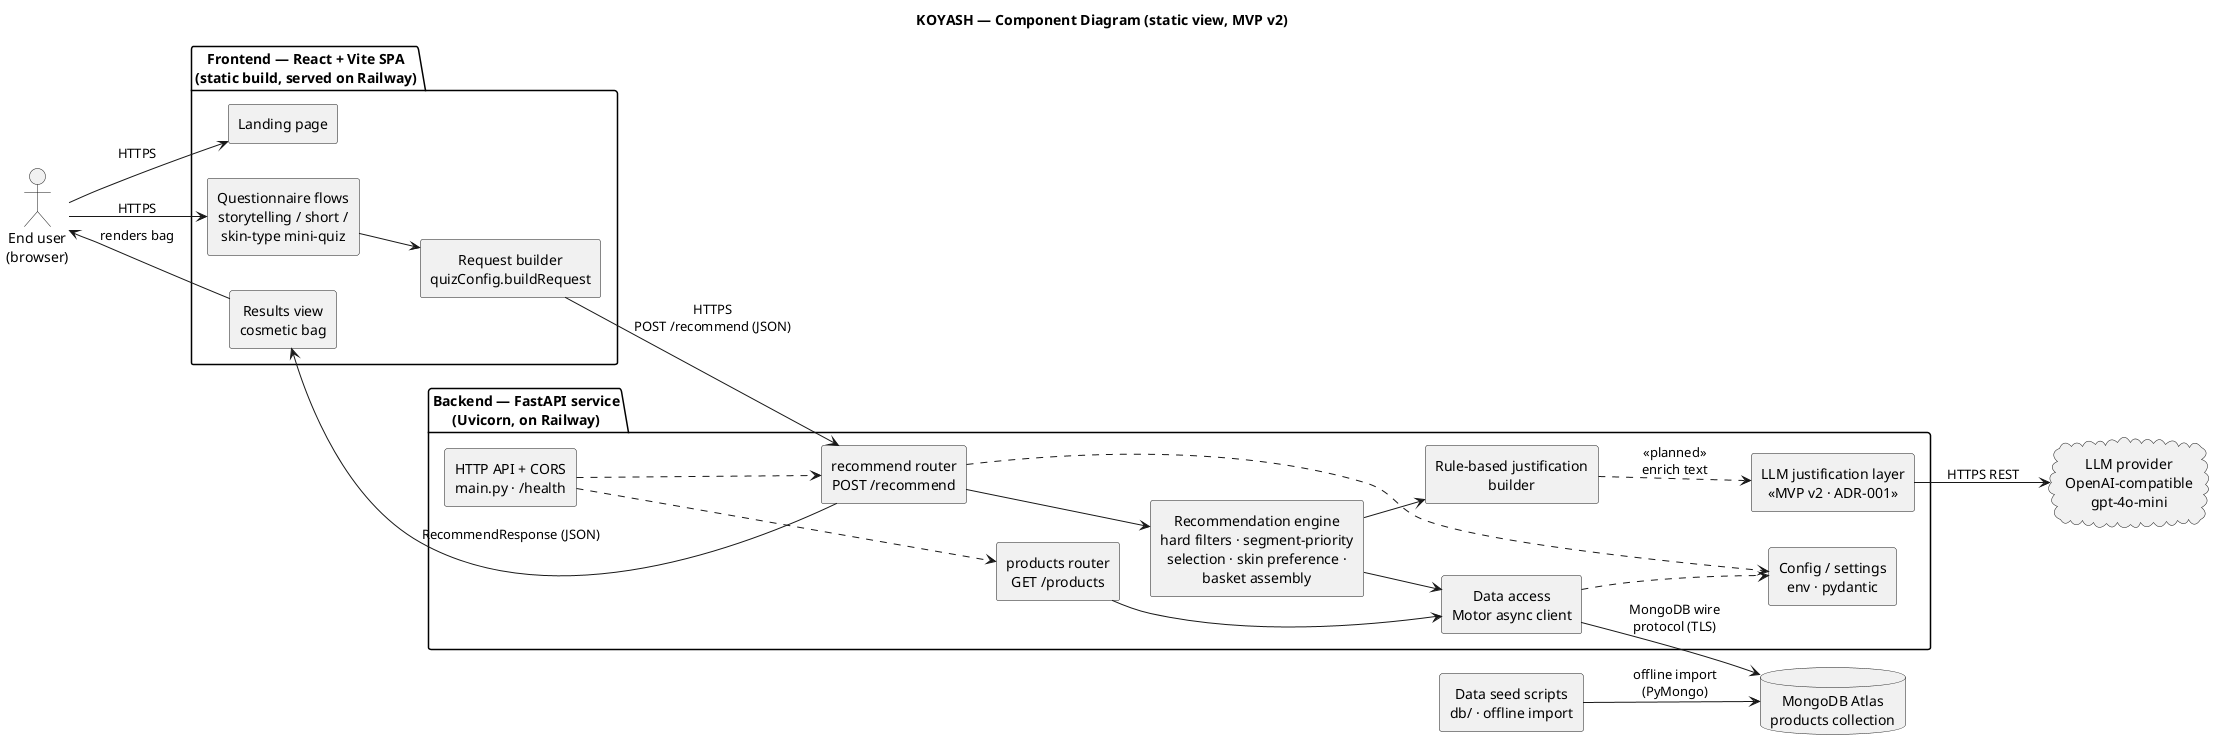
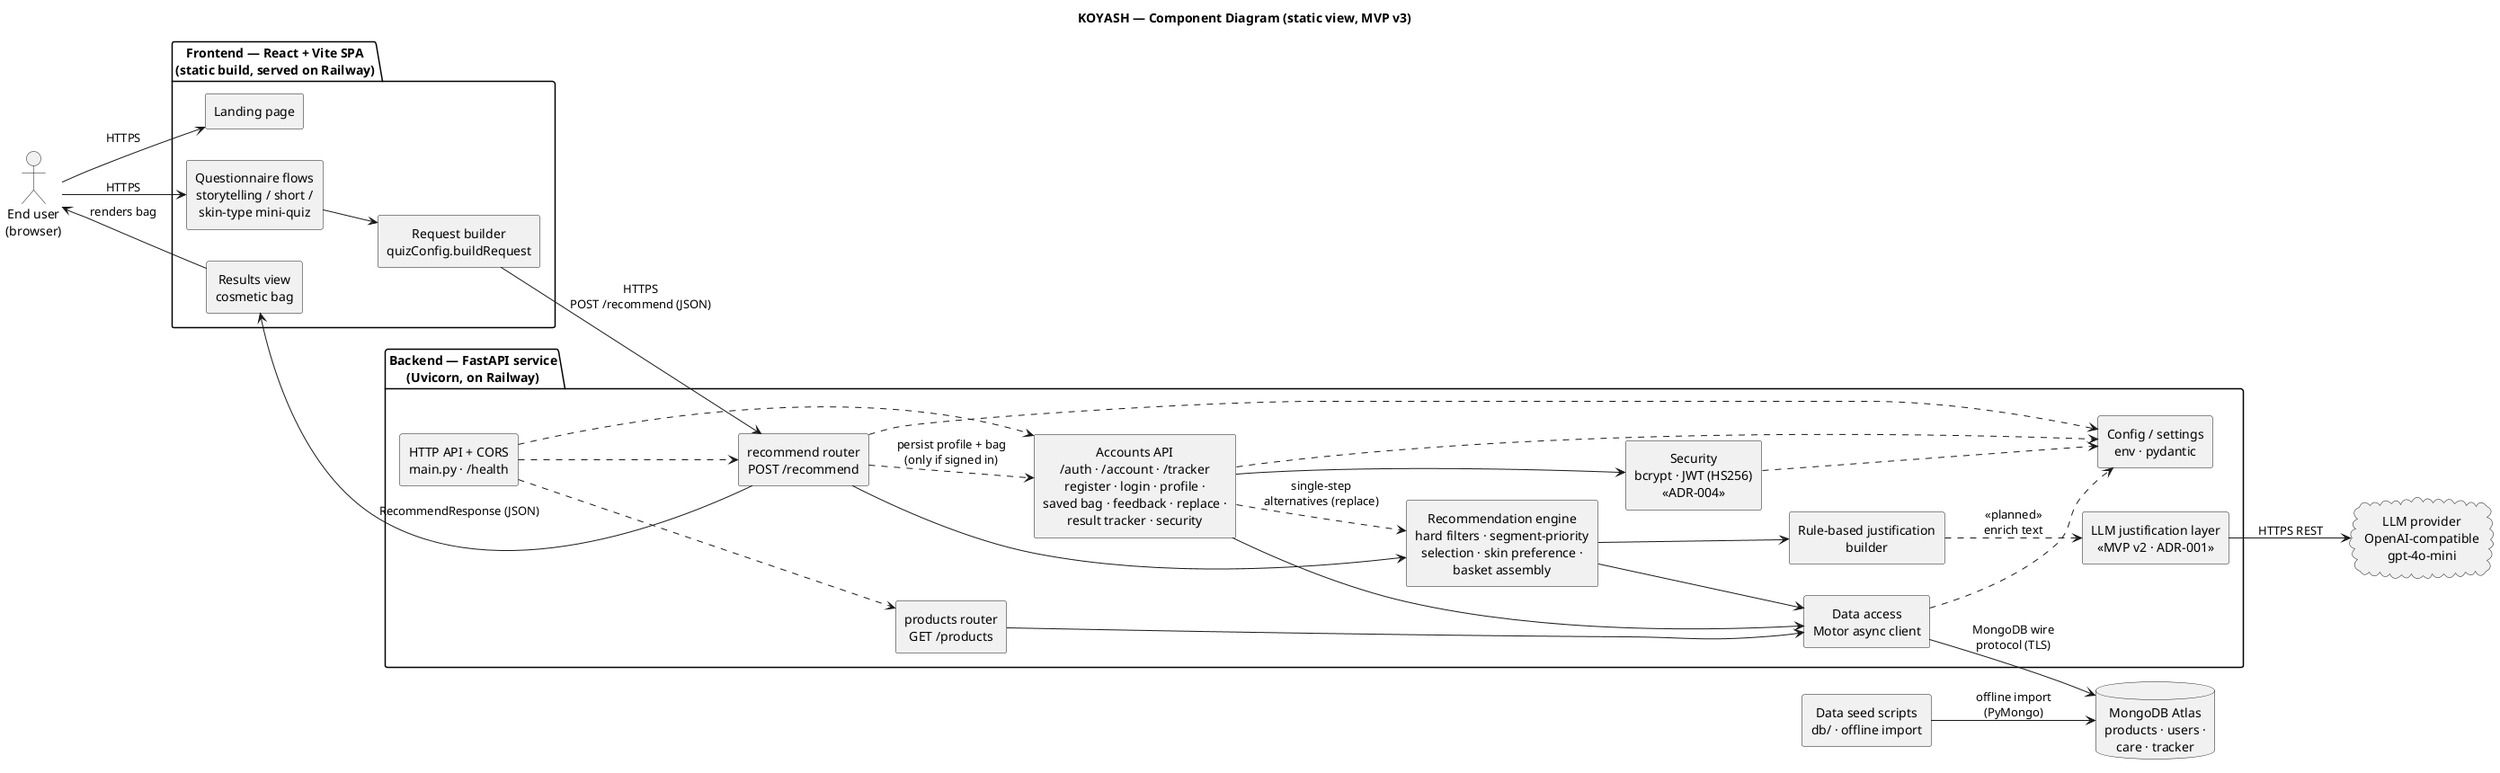
@startuml component-diagram
- title KOYASH — Component Diagram (static view, MVP v2)
+ title KOYASH — Component Diagram (static view, MVP v3)

skinparam componentStyle rectangle
skinparam shadowing false
skinparam defaultTextAlignment center
left to right direction

actor "End user\n(browser)" as user

package "Frontend — React + Vite SPA\n(static build, served on Railway)" as fe {
  [Landing page] as landing
  [Questionnaire flows\nstorytelling / short /\nskin-type mini-quiz] as quiz
  [Request builder\nquizConfig.buildRequest] as reqb
  [Results view\ncosmetic bag] as results
}

package "Backend — FastAPI service\n(Uvicorn, on Railway)" as be {
  [HTTP API + CORS\nmain.py · /health] as api
  [recommend router\nPOST /recommend] as recrouter
  [products router\nGET /products] as prodrouter
  [Recommendation engine\nhard filters · segment-priority\nselection · skin preference ·\nbasket assembly] as engine
  [Rule-based justification\nbuilder] as just
  [LLM justification layer\n<<MVP v2 · ADR-001>>] as llm
  [Data access\nMotor async client] as data
  [Config / settings\nenv · pydantic] as cfg
+   [Accounts API\n/auth · /account · /tracker\nregister · login · profile ·\nsaved bag · feedback · replace ·\nresult tracker · security] as acct
+   [Security\nbcrypt · JWT (HS256)\n<<ADR-004>>] as sec
}

- database "MongoDB Atlas\nproducts collection" as mongo
+ database "MongoDB Atlas\nproducts · users ·\ncare · tracker" as mongo
cloud "LLM provider\nOpenAI-compatible\ngpt-4o-mini" as llmapi
component "Data seed scripts\ndb/ · offline import" as seed

user --> landing : HTTPS
user --> quiz : HTTPS
quiz --> reqb
reqb --> recrouter : HTTPS\nPOST /recommend (JSON)
recrouter --> results : RecommendResponse (JSON)
results --> user : renders bag

api ..> recrouter
api ..> prodrouter
+ api ..> acct
recrouter --> engine
engine --> just
just ..> llm : <<planned>>\nenrich text
engine --> data
prodrouter --> data
data --> mongo : MongoDB wire\nprotocol (TLS)
llm --> llmapi : HTTPS REST
recrouter ..> cfg
data ..> cfg
seed --> mongo : offline import\n(PyMongo)

+ ' Accounts layer (ADR-004): guest-first — /recommend works without a token;
+ ' a signed-in request additionally persists the profile + saved bag.
+ recrouter ..> acct : persist profile + bag\n(only if signed in)
+ acct --> sec
+ acct ..> engine : single-step\nalternatives (replace)
+ acct --> data
+ acct ..> cfg
+ sec ..> cfg
+ 
@enduml
